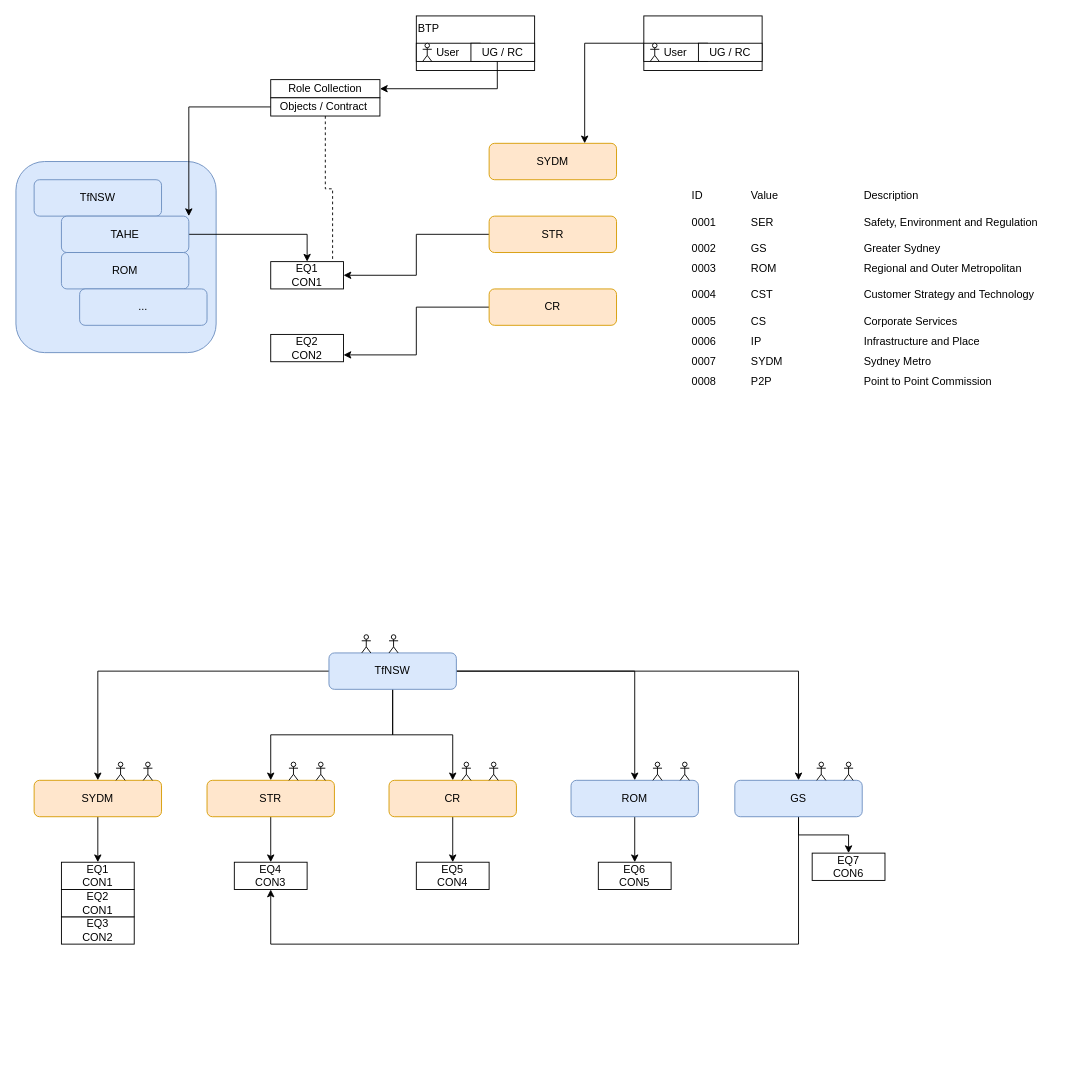
This is page "Page-8" (8 of 10) of Untitled Diagram.drawio from MohdSaifz/geojsons, a draw.io file, before an edit. Source tidied: cells renumbered, new cells numbered last; positions are measured from the earlier drawing's top-left corner, leaving out a move shared by most shapes. Both pictures are drawn from the tidied source at 91%, with x=0, y=0 at pixel (15, 15).
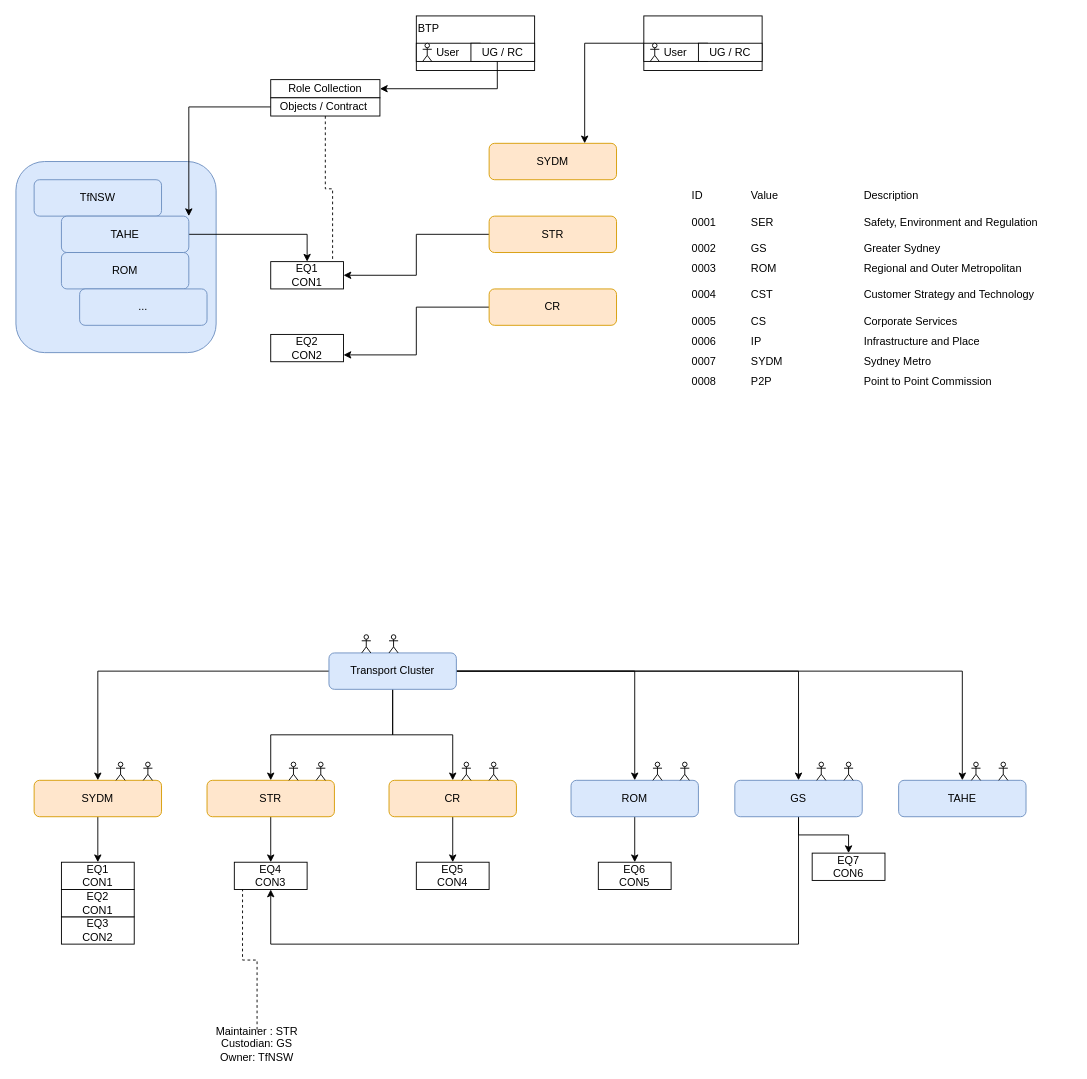
After the change.

Unchanged cells that the change refers to:
```xml
<mxCell id="41" value="EQ4&lt;br&gt;CON3" style="rounded=0;whiteSpace=wrap;html=1;" parent="1" vertex="1">
  <mxGeometry x="240" y="930" width="80" height="30" as="geometry" />
</mxCell>
```

Change to the diagram source:
```diff
@@
+    <mxCell id="66" style="edgeStyle=orthogonalEdgeStyle;rounded=0;jettySize=auto;html=1;" parent="1" edge="1" source="20" target="69">
+      <mxGeometry relative="1" as="geometry" />
+    </mxCell>
-    <mxCell id="20" value="TfNSW" style="rounded=1;whiteSpace=wrap;html=1;fillColor=#dae8fc;strokeColor=#6c8ebf;" parent="1" vertex="1">
+    <mxCell id="20" value="Transport Cluster" style="rounded=1;whiteSpace=wrap;html=1;fillColor=#dae8fc;strokeColor=#6c8ebf;" parent="1" vertex="1">
       <mxGeometry x="344" y="700" width="140" height="40" as="geometry" />
     </mxCell>
@@
+    <mxCell id="67" style="edgeStyle=orthogonalEdgeStyle;rounded=0;jettySize=auto;html=1;dashed=1;endArrow=none;endFill=0;exitX=0.113;exitY=0.967;exitDx=0;exitDy=0;exitPerimeter=0;" parent="1" edge="1" source="41" target="68">
+      <mxGeometry relative="1" as="geometry" />
+    </mxCell>
@@
+    <mxCell id="68" value="Maintainer : STR&lt;br&gt;Custodian: GS&lt;br&gt;Owner: TfNSW" style="text;html=1;strokeColor=none;fillColor=none;align=center;verticalAlign=middle;whiteSpace=wrap;rounded=0;" parent="1" vertex="1">
+      <mxGeometry x="180" y="1115" width="170" height="30" as="geometry" />
+    </mxCell>
+    <mxCell id="69" value="TAHE" style="rounded=1;whiteSpace=wrap;html=1;fillColor=#dae8fc;strokeColor=#6c8ebf;" parent="1" vertex="1">
+      <mxGeometry x="970" y="840" width="140" height="40" as="geometry" />
+    </mxCell>
+    <mxCell id="70" style="shape=umlActor;verticalLabelPosition=bottom;verticalAlign=top;html=1;" parent="1" vertex="1">
+      <mxGeometry x="1050" y="820" width="10" height="20" as="geometry" />
+    </mxCell>
+    <mxCell id="71" style="shape=umlActor;verticalLabelPosition=bottom;verticalAlign=top;html=1;" parent="1" vertex="1">
+      <mxGeometry x="1080" y="820" width="10" height="20" as="geometry" />
+    </mxCell>
```
